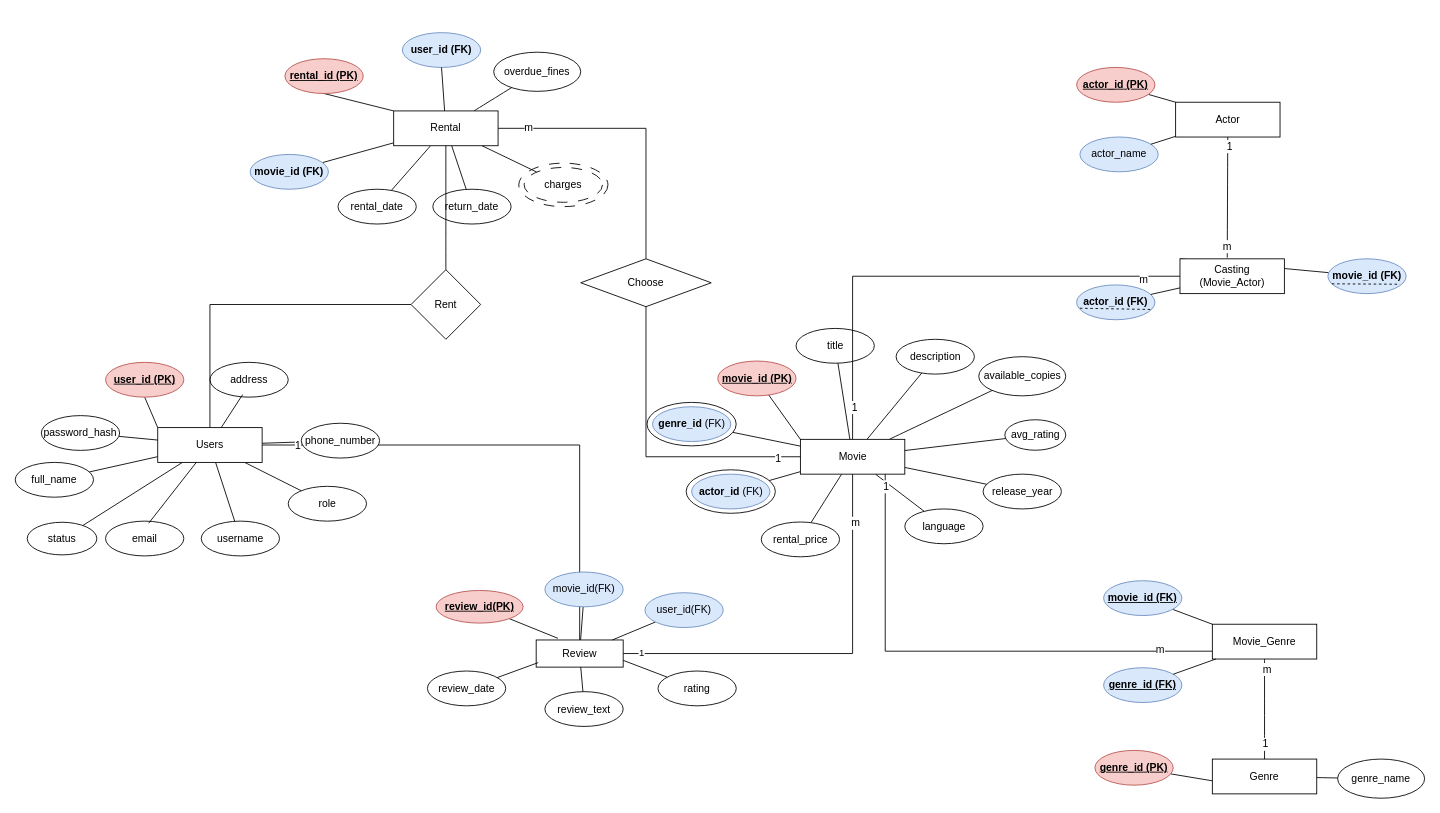
Above: ERD_MovieRentalSystem.drawio in TAK1ST/Rentail-Movie (draw.io), before the change. Source tidied: cells renumbered, new cells numbered last; positions are measured from the earlier drawing's top-left corner, leaving out a move shared by most shapes. Both pictures are drawn from the tidied source at 87%, with x=0, y=0 at pixel (15, 32).
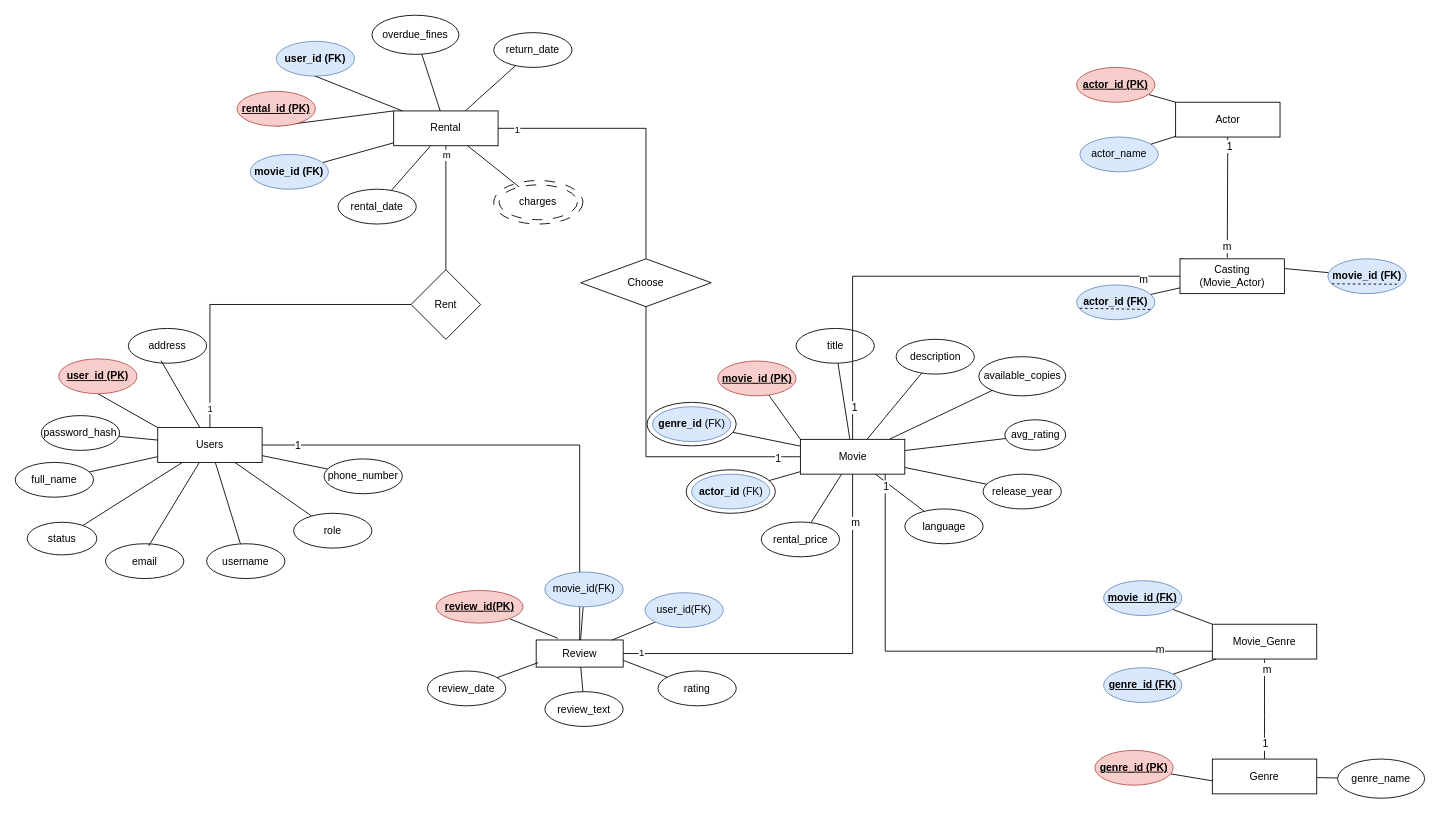
After the change.

Unchanged cells that the change refers to:
```xml
<mxCell id="81" value="Rental" style="whiteSpace=wrap;html=1;strokeColor=default;" parent="1" vertex="1">
  <mxGeometry x="435" y="90" width="120" height="40" as="geometry" />
</mxCell>
<mxCell id="95" value="Choose" style="rhombus;whiteSpace=wrap;html=1;" parent="1" vertex="1">
  <mxGeometry x="650" y="260" width="150" height="55" as="geometry" />
</mxCell>
<mxCell id="118" style="edgeStyle=none;curved=1;rounded=0;jettySize=auto;html=1;entryX=0.5;entryY=1;entryDx=0;entryDy=0;fontSize=12;startSize=8;endSize=8;endArrow=none;endFill=0;" parent="1" edge="1" source="120" target="81">
  <mxGeometry relative="1" as="geometry" />
</mxCell>
<mxCell id="119" style="edgeStyle=orthogonalEdgeStyle;rounded=0;jettySize=auto;html=1;fontSize=12;startSize=8;endSize=8;endArrow=none;endFill=0;" parent="1" edge="1" source="120" target="11">
  <mxGeometry relative="1" as="geometry" />
</mxCell>
```

What changed in the source:
```diff
@@
     <mxCell id="12" value="address" style="ellipse;whiteSpace=wrap;html=1;" parent="1" vertex="1">
-      <mxGeometry x="223.8" y="379" width="90" height="40" as="geometry" />
+      <mxGeometry x="130" y="340" width="90" height="40" as="geometry" />
     </mxCell>
@@
     <mxCell id="14" value="role" style="ellipse;whiteSpace=wrap;html=1;" parent="1" vertex="1">
-      <mxGeometry x="313.8" y="521.5" width="90" height="40" as="geometry" />
+      <mxGeometry x="320" y="552.5" width="90" height="40" as="geometry" />
     </mxCell>
     <mxCell id="15" value="email" style="ellipse;whiteSpace=wrap;html=1;" parent="1" vertex="1">
-      <mxGeometry x="103.8" y="561.5" width="90" height="40" as="geometry" />
+      <mxGeometry x="103.8" y="587.5" width="90" height="40" as="geometry" />
     </mxCell>
@@
     <mxCell id="17" value="username" style="ellipse;whiteSpace=wrap;html=1;" parent="1" vertex="1">
-      <mxGeometry x="213.8" y="561.5" width="90" height="40" as="geometry" />
+      <mxGeometry x="220" y="587.5" width="90" height="40" as="geometry" />
     </mxCell>
     <mxCell id="18" value="&lt;strong&gt;user_id&lt;/strong&gt; (PK)" style="ellipse;whiteSpace=wrap;html=1;fillColor=#f8cecc;strokeColor=#b85450;fontStyle=5;" parent="1" vertex="1">
-      <mxGeometry x="103.8" y="379" width="90" height="40" as="geometry" />
+      <mxGeometry x="50" y="375" width="90" height="40" as="geometry" />
     </mxCell>
     <mxCell id="19" value="phone_number" style="ellipse;whiteSpace=wrap;html=1;" parent="1" vertex="1">
-      <mxGeometry x="328.8" y="449" width="90" height="40" as="geometry" />
+      <mxGeometry x="355" y="490" width="90" height="40" as="geometry" />
     </mxCell>
@@
-    <mxCell id="79" style="edgeStyle=orthogonalEdgeStyle;rounded=0;jettySize=auto;html=1;fontSize=12;startSize=8;endSize=8;endArrow=none;endFill=0;" parent="1" edge="1" source="81" target="95">
+    <mxCell id="79" style="edgeStyle=orthogonalEdgeStyle;rounded=0;jettySize=auto;html=1;entryX=0.5;entryY=0;entryDx=0;entryDy=0;endArrow=none;endFill=0;" parent="1" edge="1" source="81" target="95">
       <mxGeometry relative="1" as="geometry" />
     </mxCell>
-    <mxCell id="80" value="m" style="edgeLabel;html=1;align=center;verticalAlign=middle;fontSize=12;" parent="79" vertex="1">
-      <mxGeometry x="-0.79" y="1" relative="1" as="geometry" />
-    </mxCell>
+    <mxCell id="121" value="1" style="edgeLabel;html=1;align=center;verticalAlign=middle;" parent="79" vertex="1">
+      <mxGeometry x="-0.87" y="-1" relative="1" as="geometry" />
+    </mxCell>
@@
     <mxCell id="82" value="charges" style="ellipse;whiteSpace=wrap;html=1;dashed=1;dashPattern=12 12;" parent="1" vertex="1">
-      <mxGeometry x="585" y="155" width="90" height="40" as="geometry" />
+      <mxGeometry x="556.2" y="175" width="90" height="40" as="geometry" />
     </mxCell>
-    <mxCell id="83" value="return_date" style="ellipse;whiteSpace=wrap;html=1;" parent="1" vertex="1">
-      <mxGeometry x="480" y="180" width="90" height="40" as="geometry" />
-    </mxCell>
     <mxCell id="84" value="&lt;strong&gt;user_id&lt;/strong&gt; (FK)" style="ellipse;whiteSpace=wrap;html=1;fillColor=#dae8fc;strokeColor=#6c8ebf;fontStyle=1;" parent="1" vertex="1">
-      <mxGeometry x="445" width="90" height="40" as="geometry" />
+      <mxGeometry x="300" y="10" width="90" height="40" as="geometry" />
     </mxCell>
@@
     <mxCell id="86" value="&lt;strong&gt;rental_id&lt;/strong&gt; (PK)" style="ellipse;whiteSpace=wrap;html=1;fillColor=#f8cecc;strokeColor=#b85450;fontStyle=5;" parent="1" vertex="1">
-      <mxGeometry x="310" y="30" width="90" height="40" as="geometry" />
+      <mxGeometry x="255" y="67.5" width="90" height="40" as="geometry" />
     </mxCell>
@@
     <mxCell id="89" value="overdue_fines" style="ellipse;whiteSpace=wrap;html=1;" parent="1" vertex="1">
-      <mxGeometry x="550" y="22.5" width="100" height="45" as="geometry" />
+      <mxGeometry x="410" y="-20" width="100" height="45" as="geometry" />
     </mxCell>
@@
     <mxCell id="103" style="ellipse;whiteSpace=wrap;html=1;gradientColor=none;fillStyle=dashed;fillColor=none;dashed=1;dashPattern=12 12;" parent="1" vertex="1">
-      <mxGeometry x="578.8" y="150" width="102.5" height="50" as="geometry" />
+      <mxGeometry x="550" y="170" width="102.5" height="50" as="geometry" />
     </mxCell>
@@
+    <mxCell id="80" value="m" style="edgeLabel;html=1;align=center;verticalAlign=middle;" parent="118" vertex="1">
+      <mxGeometry x="0.85" relative="1" as="geometry" />
+    </mxCell>
@@
+    <mxCell id="122" value="1" style="edgeLabel;html=1;align=center;verticalAlign=middle;" parent="119" vertex="1">
+      <mxGeometry x="0.88" relative="1" as="geometry" />
+    </mxCell>
@@
+    <mxCell id="83" value="return_date" style="ellipse;whiteSpace=wrap;html=1;" parent="1" vertex="1">
+      <mxGeometry x="550" width="90" height="40" as="geometry" />
+    </mxCell>
```
